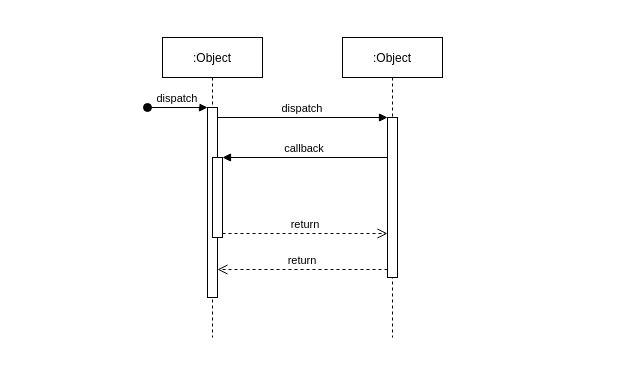
This is PSI_sequence_diagram.drawio from vortex200/tutor-finder-files, a draw.io file, before an edit. Source tidied: cells renumbered, new cells numbered last; positions are measured from the earlier drawing's top-left corner, leaving out a move shared by most shapes. Both pictures are drawn from the tidied source at 100%, with x=0, y=0 at pixel (147, 37).
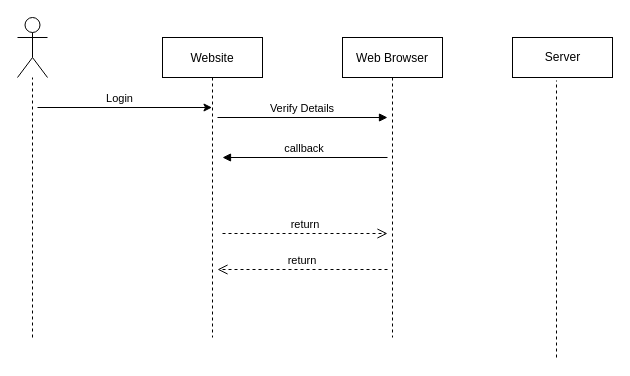
The same page after the edit.

Diff of the diagram source:
```diff
@@
-    <mxCell id="2" value=":Object" style="shape=umlLifeline;perimeter=lifelinePerimeter;rounded=0;shadow=0;strokeWidth=1;" parent="1" vertex="1">
+    <mxCell id="2" value="Website" style="shape=umlLifeline;perimeter=lifelinePerimeter;rounded=0;shadow=0;strokeWidth=1;" parent="1" vertex="1">
       <mxGeometry x="15" width="100" height="300" as="geometry" />
     </mxCell>
-    <mxCell id="3" style="points=[];perimeter=orthogonalPerimeter;rounded=0;shadow=0;strokeWidth=1;" parent="2" vertex="1">
-      <mxGeometry x="45" y="70" width="10" height="190" as="geometry" />
-    </mxCell>
-    <mxCell id="4" value="dispatch" style="verticalAlign=bottom;startArrow=oval;endArrow=block;startSize=8;shadow=0;strokeWidth=1;" parent="2" edge="1" target="3">
-      <mxGeometry relative="1" as="geometry">
-        <mxPoint x="-15" y="70" as="sourcePoint" />
-      </mxGeometry>
-    </mxCell>
-    <mxCell id="5" style="points=[];perimeter=orthogonalPerimeter;rounded=0;shadow=0;strokeWidth=1;" parent="2" vertex="1">
-      <mxGeometry x="50" y="120" width="10" height="80" as="geometry" />
-    </mxCell>
-    <mxCell id="6" value=":Object" style="shape=umlLifeline;perimeter=lifelinePerimeter;rounded=0;shadow=0;strokeWidth=1;" parent="1" vertex="1">
+    <mxCell id="6" value="Web Browser" style="shape=umlLifeline;perimeter=lifelinePerimeter;rounded=0;shadow=0;strokeWidth=1;" parent="1" vertex="1">
       <mxGeometry x="195" width="100" height="300" as="geometry" />
     </mxCell>
-    <mxCell id="7" style="points=[];perimeter=orthogonalPerimeter;rounded=0;shadow=0;strokeWidth=1;" parent="6" vertex="1">
-      <mxGeometry x="45" y="80" width="10" height="160" as="geometry" />
-    </mxCell>
-    <mxCell id="8" value="return" style="verticalAlign=bottom;endArrow=open;dashed=1;endSize=8;exitX=0;exitY=0.95;shadow=0;strokeWidth=1;" parent="1" edge="1" source="7" target="3">
-      <mxGeometry relative="1" as="geometry" />
+    <mxCell id="8" value="return" style="verticalAlign=bottom;endArrow=open;dashed=1;endSize=8;exitX=0;exitY=0.95;shadow=0;strokeWidth=1;" parent="1" edge="1">
+      <mxGeometry relative="1" as="geometry">
+        <mxPoint x="240" y="232" as="sourcePoint" />
+        <mxPoint x="70" y="232" as="targetPoint" />
+      </mxGeometry>
     </mxCell>
-    <mxCell id="9" value="dispatch" style="verticalAlign=bottom;endArrow=block;entryX=0;entryY=0;shadow=0;strokeWidth=1;" parent="1" edge="1" source="3" target="7">
-      <mxGeometry relative="1" as="geometry" />
+    <mxCell id="9" value="Verify Details" style="verticalAlign=bottom;endArrow=block;entryX=0;entryY=0;shadow=0;strokeWidth=1;" parent="1" edge="1">
+      <mxGeometry relative="1" as="geometry">
+        <mxPoint x="70" y="80" as="sourcePoint" />
+        <mxPoint x="240" y="80" as="targetPoint" />
+      </mxGeometry>
     </mxCell>
-    <mxCell id="10" value="callback" style="verticalAlign=bottom;endArrow=block;entryX=1;entryY=0;shadow=0;strokeWidth=1;" parent="1" edge="1" source="7" target="5">
-      <mxGeometry relative="1" as="geometry" />
+    <mxCell id="10" value="callback" style="verticalAlign=bottom;endArrow=block;entryX=1;entryY=0;shadow=0;strokeWidth=1;" parent="1" edge="1">
+      <mxGeometry relative="1" as="geometry">
+        <mxPoint x="240" y="120" as="sourcePoint" />
+        <mxPoint x="75" y="120" as="targetPoint" />
+      </mxGeometry>
     </mxCell>
-    <mxCell id="11" value="return" style="verticalAlign=bottom;endArrow=open;dashed=1;endSize=8;exitX=1;exitY=0.95;shadow=0;strokeWidth=1;" parent="1" edge="1" source="5" target="7">
-      <mxGeometry relative="1" as="geometry" />
+    <mxCell id="11" value="return" style="verticalAlign=bottom;endArrow=open;dashed=1;endSize=8;exitX=1;exitY=0.95;shadow=0;strokeWidth=1;" parent="1" edge="1">
+      <mxGeometry relative="1" as="geometry">
+        <mxPoint x="75" y="196" as="sourcePoint" />
+        <mxPoint x="240" y="196" as="targetPoint" />
+      </mxGeometry>
     </mxCell>
+    <mxCell id="12" value="Server" style="html=1;" parent="1" vertex="1">
+      <mxGeometry x="365" width="100" height="40" as="geometry" />
+    </mxCell>
+    <mxCell id="13" style="shape=umlActor;verticalLabelPosition=bottom;verticalAlign=top;html=1;" parent="1" vertex="1">
+      <mxGeometry x="-130" y="-20" width="30" height="60" as="geometry" />
+    </mxCell>
+    <mxCell id="14" style="endArrow=none;dashed=1;html=1;" parent="1" edge="1" target="13">
+      <mxGeometry relative="1" as="geometry">
+        <mxPoint x="-115" y="300" as="sourcePoint" />
+      </mxGeometry>
+    </mxCell>
+    <mxCell id="15" style="endArrow=none;dashed=1;html=1;entryX=0.44;entryY=1.075;entryDx=0;entryDy=0;entryPerimeter=0;" parent="1" edge="1" target="12">
+      <mxGeometry relative="1" as="geometry">
+        <mxPoint x="409" y="320" as="sourcePoint" />
+      </mxGeometry>
+    </mxCell>
+    <mxCell id="16" style="endArrow=classic;html=1;" parent="1" edge="1" target="2">
+      <mxGeometry relative="1" as="geometry">
+        <mxPoint x="-110" y="70" as="sourcePoint" />
+      </mxGeometry>
+    </mxCell>
+    <mxCell id="17" value="Login" style="edgeLabel;html=1;align=center;verticalAlign=middle;" parent="16" vertex="1">
+      <mxGeometry x="-0.07" y="-1" relative="1" as="geometry">
+        <mxPoint y="-11" as="offset" />
+      </mxGeometry>
+    </mxCell>
```
